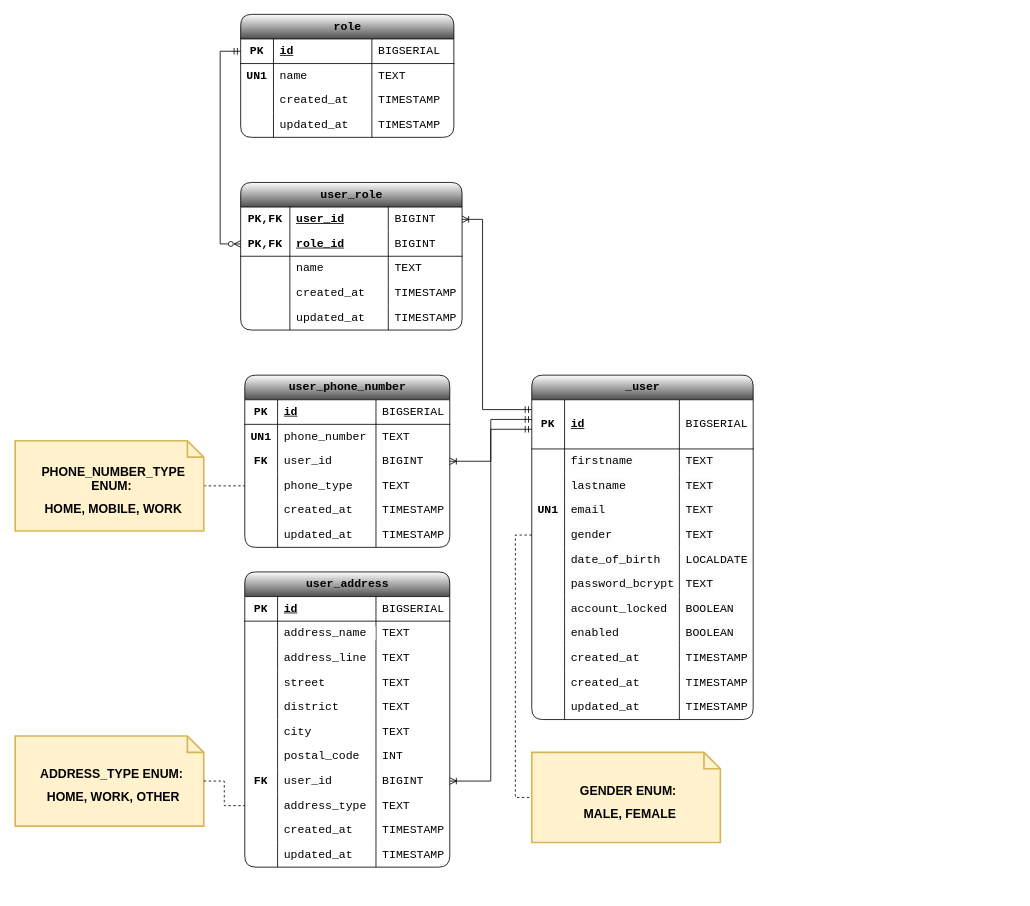
Above: ecommerce/database.drawio in AnilPirincoglu/e-commerce-full-stack (draw.io), before the change. Source tidied: cells renumbered, new cells numbered last; positions are measured from the earlier drawing's top-left corner, leaving out a move shared by most shapes. Both pictures are drawn from the tidied source at 82%, with x=0, y=0 at pixel (15, 14).
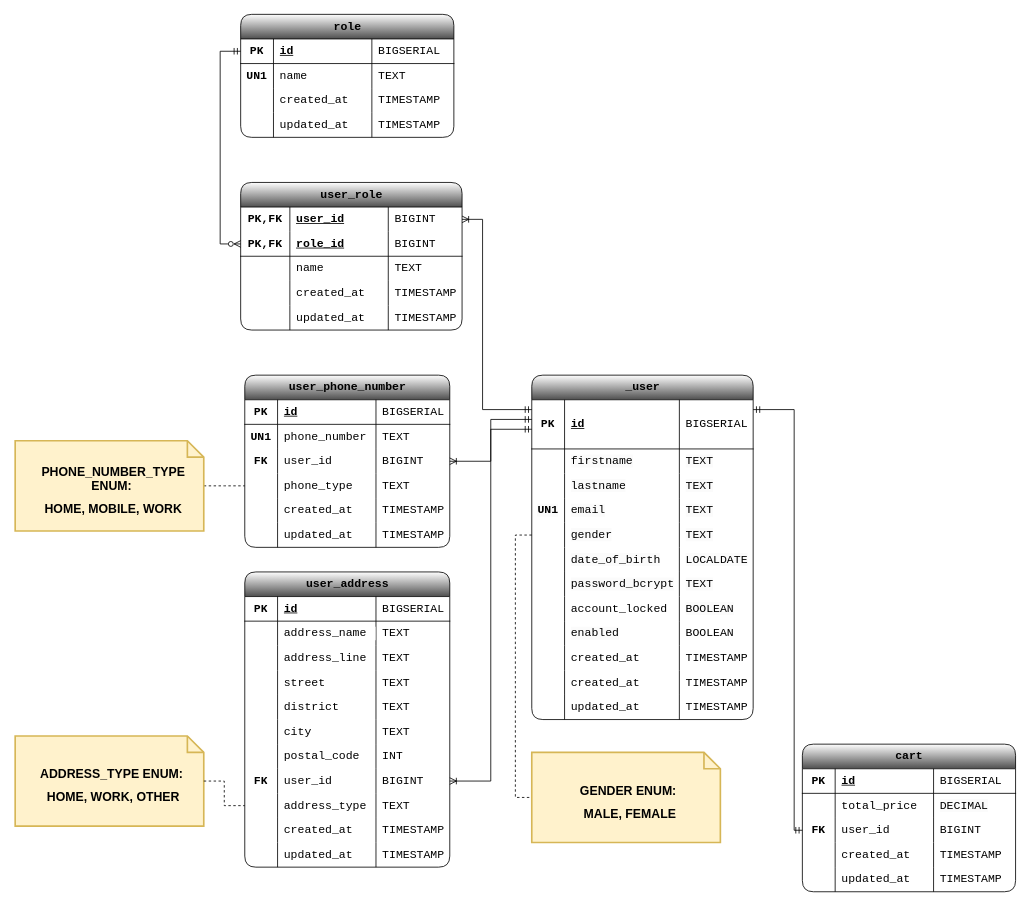
Above is the later version.

Commit message:
add: update database diagram with new cart entity and adjust existing entity positions

Unchanged cells that the change refers to:
```xml
<mxCell id="6" value="BIGSERIAL" style="shape=partialRectangle;fillColor=none;top=0;left=0;bottom=0;right=0;align=left;spacingLeft=6;fontStyle=0;overflow=hidden;html=1;fontFamily=Courier New;fontSize=14;verticalAlign=middle;fontColor=default;labelBackgroundColor=default;points=[[1,0.2,0,0,0],[1,0.4,0,0,0],[1,0.6,0,0,0],[1,0.8,0,0,0]];" parent="3" vertex="1">
  <mxGeometry x="180" width="90" height="60" as="geometry" />
</mxCell>
```

The edit, as a diff of the source:
```diff
@@
+    <mxCell id="169" value="cart" style="shape=table;startSize=30;childLayout=tableLayout;rowLines=0;fontStyle=1;align=center;html=1;rounded=1;swimlaneFillColor=default;swimlaneLine=1;shadow=0;gradientDirection=south;gradientColor=#4F4F4F;fontFamily=Courier New;fontSize=14;verticalAlign=middle;" parent="1" vertex="1">
+      <mxGeometry x="960" y="890" width="260" height="180" as="geometry" />
+    </mxCell>
+    <mxCell id="170" style="shape=tableRow;horizontal=0;startSize=0;swimlaneHead=0;swimlaneBody=0;fillColor=none;top=0;left=0;right=0;bottom=1;fontFamily=Courier New;fontSize=14;verticalAlign=middle;" parent="169" vertex="1">
+      <mxGeometry y="30" width="260" height="30" as="geometry" />
+    </mxCell>
+    <mxCell id="171" value="PK" style="shape=partialRectangle;fillColor=none;top=0;left=0;bottom=0;right=0;fontStyle=1;overflow=hidden;html=1;fontFamily=Courier New;fontSize=14;verticalAlign=middle;" parent="170" vertex="1">
+      <mxGeometry width="40" height="30" as="geometry" />
+    </mxCell>
+    <mxCell id="172" value="id" style="shape=partialRectangle;fillColor=none;top=0;left=0;bottom=0;right=0;align=left;spacingLeft=6;fontStyle=5;overflow=hidden;html=1;fontFamily=Courier New;fontSize=14;verticalAlign=middle;" parent="170" vertex="1">
+      <mxGeometry x="40" width="120" height="30" as="geometry" />
+    </mxCell>
+    <mxCell id="173" value="BIGSERIAL" style="shape=partialRectangle;fillColor=none;top=0;left=0;bottom=0;right=0;align=left;spacingLeft=6;fontStyle=0;overflow=hidden;html=1;fontFamily=Courier New;fontSize=14;verticalAlign=middle;" parent="170" vertex="1">
+      <mxGeometry x="160" width="100" height="30" as="geometry" />
+    </mxCell>
+    <mxCell id="174" style="shape=tableRow;horizontal=0;startSize=0;swimlaneHead=0;swimlaneBody=0;fillColor=none;top=0;left=0;right=0;bottom=0;fontFamily=Courier New;fontSize=14;verticalAlign=middle;" parent="169" vertex="1">
+      <mxGeometry y="60" width="260" height="30" as="geometry" />
+    </mxCell>
+    <mxCell id="175" style="shape=partialRectangle;fillColor=none;top=0;left=0;bottom=0;right=0;overflow=hidden;html=1;fontStyle=1;fontFamily=Courier New;fontSize=14;verticalAlign=middle;" parent="174" vertex="1">
+      <mxGeometry width="40" height="30" as="geometry" />
+    </mxCell>
+    <mxCell id="176" value="total_price" style="shape=partialRectangle;fillColor=none;top=0;left=0;bottom=0;right=0;align=left;spacingLeft=6;overflow=hidden;html=1;fontFamily=Courier New;fontSize=14;verticalAlign=middle;" parent="174" vertex="1">
+      <mxGeometry x="40" width="120" height="30" as="geometry" />
+    </mxCell>
+    <mxCell id="177" value="&lt;span style=&quot;color: rgb(0, 0, 0); font-family: &amp;quot;Courier New&amp;quot;; font-size: 14px; font-style: normal; font-variant-ligatures: normal; font-variant-caps: normal; font-weight: 400; letter-spacing: normal; orphans: 2; text-align: left; text-indent: 0px; text-transform: none; widows: 2; word-spacing: 0px; -webkit-text-stroke-width: 0px; white-space: nowrap; background-color: rgb(251, 251, 251); text-decoration-thickness: initial; text-decoration-style: initial; text-decoration-color: initial; display: inline !important; float: none;&quot;&gt;DECIMAL&lt;/span&gt;" style="shape=partialRectangle;fillColor=none;top=0;left=0;bottom=0;right=0;align=left;spacingLeft=6;overflow=hidden;html=1;fontFamily=Courier New;fontSize=14;verticalAlign=middle;" parent="174" vertex="1">
+      <mxGeometry x="160" width="100" height="30" as="geometry" />
+    </mxCell>
+    <mxCell id="178" style="shape=tableRow;horizontal=0;startSize=0;swimlaneHead=0;swimlaneBody=0;fillColor=none;points=[[0,0.5],[1,0.5]];portConstraint=eastwest;top=0;left=0;right=0;bottom=0;fontFamily=Courier New;fontSize=14;verticalAlign=middle;" parent="169" vertex="1">
+      <mxGeometry y="90" width="260" height="30" as="geometry" />
+    </mxCell>
+    <mxCell id="179" value="FK" style="shape=partialRectangle;fillColor=none;top=0;left=0;bottom=0;right=0;overflow=hidden;html=1;fontStyle=1;fontFamily=Courier New;fontSize=14;verticalAlign=middle;" parent="178" vertex="1">
+      <mxGeometry width="40" height="30" as="geometry" />
+    </mxCell>
+    <mxCell id="180" value="user_id" style="shape=partialRectangle;fillColor=none;top=0;left=0;bottom=0;right=0;align=left;spacingLeft=6;overflow=hidden;html=1;fontFamily=Courier New;fontSize=14;verticalAlign=middle;" parent="178" vertex="1">
+      <mxGeometry x="40" width="120" height="30" as="geometry" />
+    </mxCell>
+    <mxCell id="181" value="BIGINT" style="shape=partialRectangle;fillColor=none;top=0;left=0;bottom=0;right=0;align=left;spacingLeft=6;overflow=hidden;html=1;fontFamily=Courier New;fontSize=14;verticalAlign=middle;" parent="178" vertex="1">
+      <mxGeometry x="160" width="100" height="30" as="geometry" />
+    </mxCell>
+    <mxCell id="182" style="shape=tableRow;horizontal=0;startSize=0;swimlaneHead=0;swimlaneBody=0;fillColor=none;top=0;left=0;right=0;bottom=0;fontFamily=Courier New;fontSize=14;verticalAlign=middle;" parent="169" vertex="1">
+      <mxGeometry y="120" width="260" height="30" as="geometry" />
+    </mxCell>
+    <mxCell id="183" style="shape=partialRectangle;fillColor=none;top=0;left=0;bottom=0;right=0;overflow=hidden;html=1;fontStyle=1;fontFamily=Courier New;fontSize=14;verticalAlign=middle;" parent="182" vertex="1">
+      <mxGeometry width="40" height="30" as="geometry" />
+    </mxCell>
+    <mxCell id="184" value="created_at" style="shape=partialRectangle;fillColor=none;top=0;left=0;bottom=0;right=0;align=left;spacingLeft=6;overflow=hidden;html=1;fontFamily=Courier New;fontSize=14;verticalAlign=middle;" parent="182" vertex="1">
+      <mxGeometry x="40" width="120" height="30" as="geometry" />
+    </mxCell>
+    <mxCell id="185" value="TIMESTAMP" style="shape=partialRectangle;fillColor=none;top=0;left=0;bottom=0;right=0;align=left;spacingLeft=6;overflow=hidden;html=1;fontFamily=Courier New;fontSize=14;verticalAlign=middle;" parent="182" vertex="1">
+      <mxGeometry x="160" width="100" height="30" as="geometry" />
+    </mxCell>
+    <mxCell id="186" style="shape=tableRow;horizontal=0;startSize=0;swimlaneHead=0;swimlaneBody=0;fillColor=none;top=0;left=0;right=0;bottom=0;fontFamily=Courier New;fontSize=14;verticalAlign=middle;" parent="169" vertex="1">
+      <mxGeometry y="150" width="260" height="30" as="geometry" />
+    </mxCell>
+    <mxCell id="187" style="shape=partialRectangle;fillColor=none;top=0;left=0;bottom=0;right=0;overflow=hidden;html=1;fontFamily=Courier New;fontSize=14;verticalAlign=middle;" parent="186" vertex="1">
+      <mxGeometry width="40" height="30" as="geometry" />
+    </mxCell>
+    <mxCell id="188" value="updated_at" style="shape=partialRectangle;fillColor=none;top=0;left=0;bottom=0;right=0;align=left;spacingLeft=6;overflow=hidden;html=1;fontFamily=Courier New;fontSize=14;verticalAlign=middle;" parent="186" vertex="1">
+      <mxGeometry x="40" width="120" height="30" as="geometry" />
+    </mxCell>
+    <mxCell id="189" value="TIMESTAMP" style="shape=partialRectangle;fillColor=none;top=0;left=0;bottom=0;right=0;align=left;spacingLeft=6;overflow=hidden;html=1;fontFamily=Courier New;fontSize=14;verticalAlign=middle;" parent="186" vertex="1">
+      <mxGeometry x="160" width="100" height="30" as="geometry" />
+    </mxCell>
+    <mxCell id="190" style="edgeStyle=elbowEdgeStyle;rounded=0;jettySize=auto;html=1;exitX=0;exitY=0.5;exitDx=0;exitDy=0;endArrow=ERmandOne;endFill=0;startArrow=ERmandOne;startFill=0;entryX=1;entryY=0.2;entryDx=0;entryDy=0;entryPerimeter=0;" parent="1" edge="1" source="178" target="6">
+      <mxGeometry relative="1" as="geometry">
+        <Array as="points">
+          <mxPoint x="950" y="807" />
+        </Array>
+      </mxGeometry>
+    </mxCell>
```
